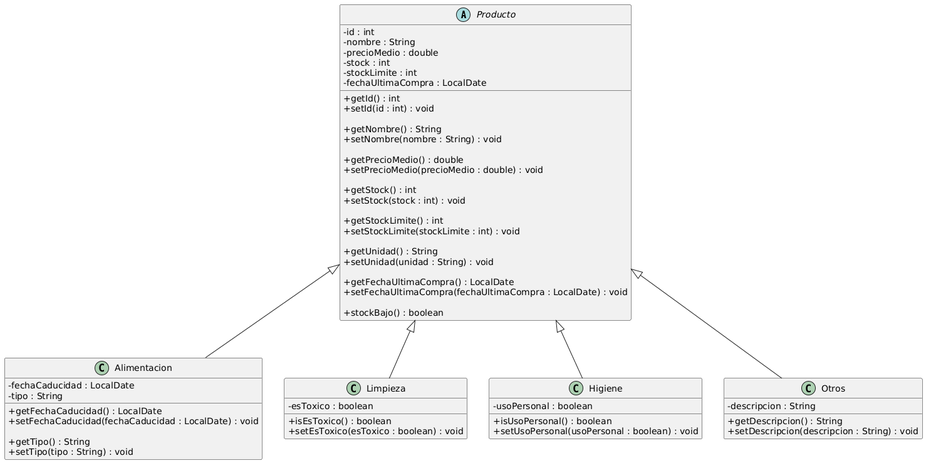
abeltran10/lista_compra keeps this PlantUML diagram as src/main/resources/com/abeltran10/lista_compra/uml/diagrama_clases.png. Above is the earlier version.
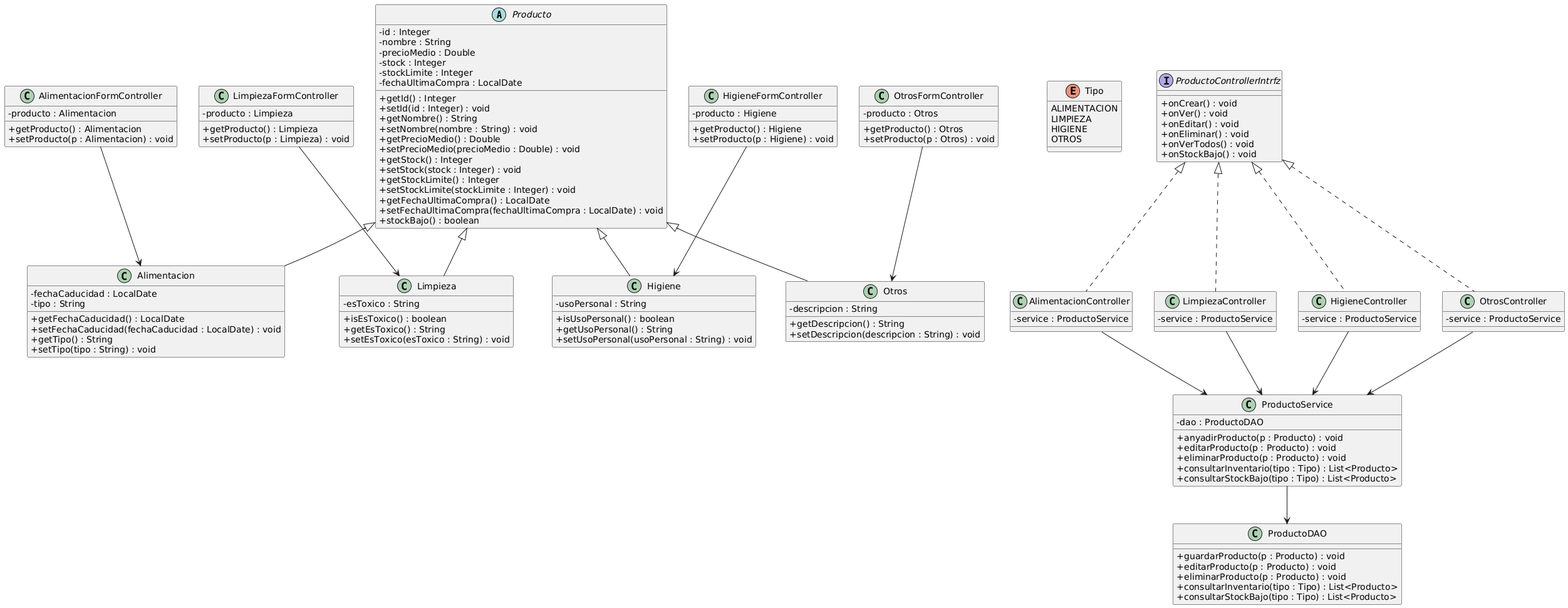
The same diagram one commit later.

Commit message:
Modificado diagrama de clases

The edit, as a diff of the source:
```diff
@@ -2,65 +2,53 @@
 skinparam classAttributeIconSize 0
 
 abstract class Producto {
-    - id : int
+    - id : Integer
     - nombre : String
-    - precioMedio : double
-    - stock : int
-    - stockLimite : int
+    - precioMedio : Double
+    - stock : Integer
+    - stockLimite : Integer
     - fechaUltimaCompra : LocalDate
 
-    + getId() : int
-    + setId(id : int) : void
-
+    + getId() : Integer
+    + setId(id : Integer) : void
     + getNombre() : String
     + setNombre(nombre : String) : void
-
-    + getPrecioMedio() : double
-    + setPrecioMedio(precioMedio : double) : void
-
-    + getStock() : int
-    + setStock(stock : int) : void
-
-    + getStockLimite() : int
-    + setStockLimite(stockLimite : int) : void
-
-    + getUnidad() : String
-    + setUnidad(unidad : String) : void
-
+    + getPrecioMedio() : Double
+    + setPrecioMedio(precioMedio : Double) : void
+    + getStock() : Integer
+    + setStock(stock : Integer) : void
+    + getStockLimite() : Integer
+    + setStockLimite(stockLimite : Integer) : void
     + getFechaUltimaCompra() : LocalDate
     + setFechaUltimaCompra(fechaUltimaCompra : LocalDate) : void
-
     + stockBajo() : boolean
 }
 
 class Alimentacion {
     - fechaCaducidad : LocalDate
     - tipo : String
-
     + getFechaCaducidad() : LocalDate
     + setFechaCaducidad(fechaCaducidad : LocalDate) : void
-
     + getTipo() : String
     + setTipo(tipo : String) : void
 }
 
 class Limpieza {
-    - esToxico : boolean
-
+    - esToxico : String
     + isEsToxico() : boolean
-    + setEsToxico(esToxico : boolean) : void
+    + getEsToxico() : String
+    + setEsToxico(esToxico : String) : void
 }
 
 class Higiene {
-    - usoPersonal : boolean
-
+    - usoPersonal : String
     + isUsoPersonal() : boolean
-    + setUsoPersonal(usoPersonal : boolean) : void
+    + getUsoPersonal() : String
+    + setUsoPersonal(usoPersonal : String) : void
 }
 
 class Otros {
     - descripcion : String
-
     + getDescripcion() : String
     + setDescripcion(descripcion : String) : void
 }
@@ -69,4 +57,94 @@
 Producto <|-- Limpieza
 Producto <|-- Higiene
 Producto <|-- Otros
+
+enum Tipo {
+    ALIMENTACION
+    LIMPIEZA
+    HIGIENE
+    OTROS
+}
+
+class ProductoDAO {
+    + guardarProducto(p : Producto) : void
+    + editarProducto(p : Producto) : void
+    + eliminarProducto(p : Producto) : void
+    + consultarInventario(tipo : Tipo) : List<Producto>
+    + consultarStockBajo(tipo : Tipo) : List<Producto>
+}
+
+class ProductoService {
+    - dao : ProductoDAO
+    + anyadirProducto(p : Producto) : void
+    + editarProducto(p : Producto) : void
+    + eliminarProducto(p : Producto) : void
+    + consultarInventario(tipo : Tipo) : List<Producto>
+    + consultarStockBajo(tipo : Tipo) : List<Producto>
+}
+
+ProductoService --> ProductoDAO
+
+interface ProductoControllerIntrfz {
+    + onCrear() : void
+    + onVer() : void
+    + onEditar() : void
+    + onEliminar() : void
+    + onVerTodos() : void
+    + onStockBajo() : void
+}
+
+class AlimentacionController {
+    - service : ProductoService
+}
+
+class LimpiezaController {
+    - service : ProductoService
+}
+
+class HigieneController {
+    - service : ProductoService
+}
+
+class OtrosController {
+    - service : ProductoService
+}
+
+ProductoControllerIntrfz <|.. AlimentacionController
+ProductoControllerIntrfz <|.. LimpiezaController
+ProductoControllerIntrfz <|.. HigieneController
+ProductoControllerIntrfz <|.. OtrosController
+
+AlimentacionController --> ProductoService
+LimpiezaController --> ProductoService
+HigieneController --> ProductoService
+OtrosController --> ProductoService
+
+class AlimentacionFormController {
+    - producto : Alimentacion
+    + getProducto() : Alimentacion
+    + setProducto(p : Alimentacion) : void
+}
+
+class LimpiezaFormController {
+    - producto : Limpieza
+    + getProducto() : Limpieza
+    + setProducto(p : Limpieza) : void
+}
+
+class HigieneFormController {
+    - producto : Higiene
+    + getProducto() : Higiene
+    + setProducto(p : Higiene) : void
+}
+
+class OtrosFormController {
+    - producto : Otros
+    + getProducto() : Otros
+    + setProducto(p : Otros) : void
+}
+
+AlimentacionFormController --> Alimentacion
+LimpiezaFormController --> Limpieza
+HigieneFormController --> Higiene
+OtrosFormController --> Otros
 @enduml
```
